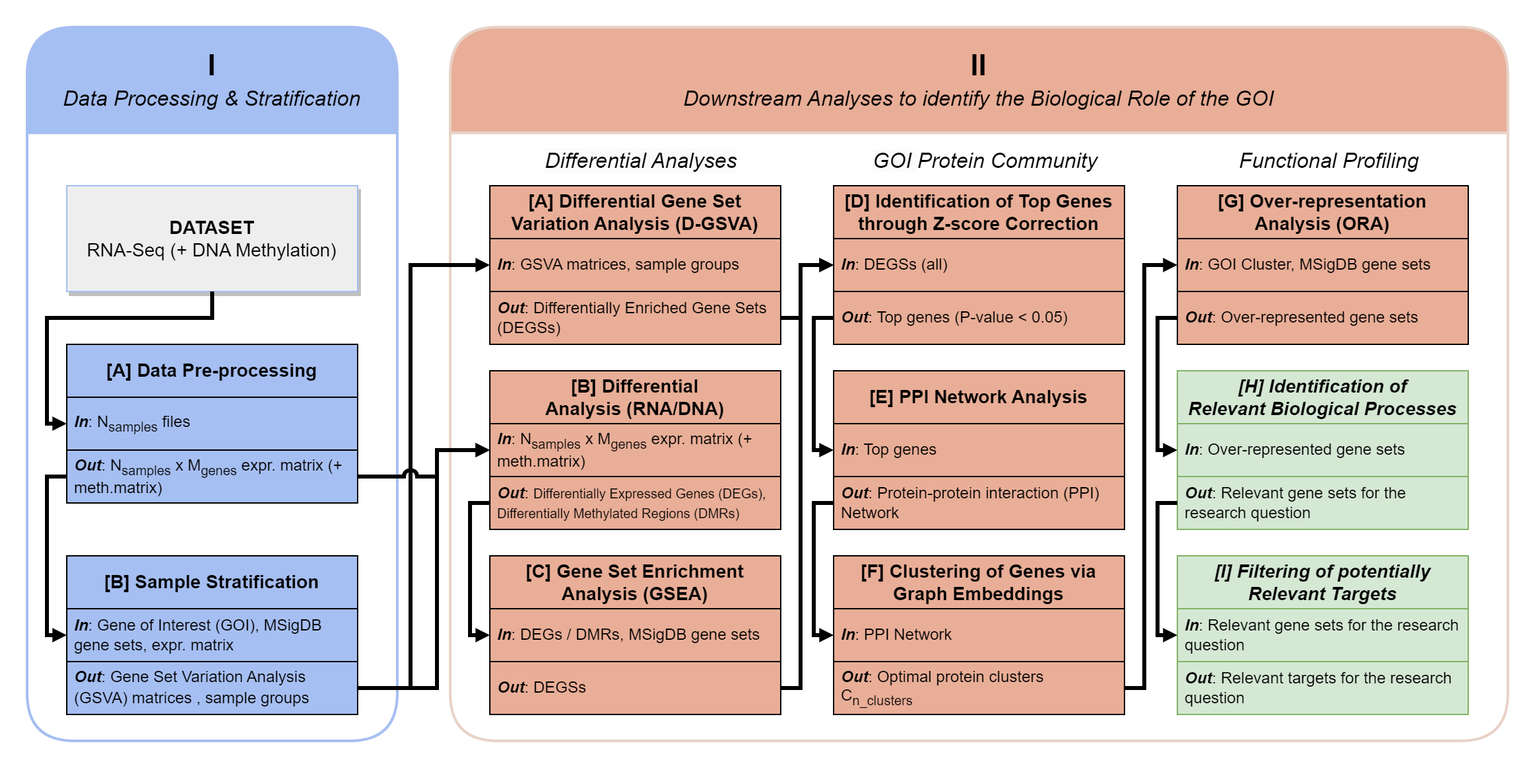
Above: docs/1_workflow.png in CarlosUziel/goi-strat (draw.io), before the change. Source tidied: cells renumbered, new cells last; positions are measured from the earlier drawing's top-left corner, leaving out a move shared by most shapes.
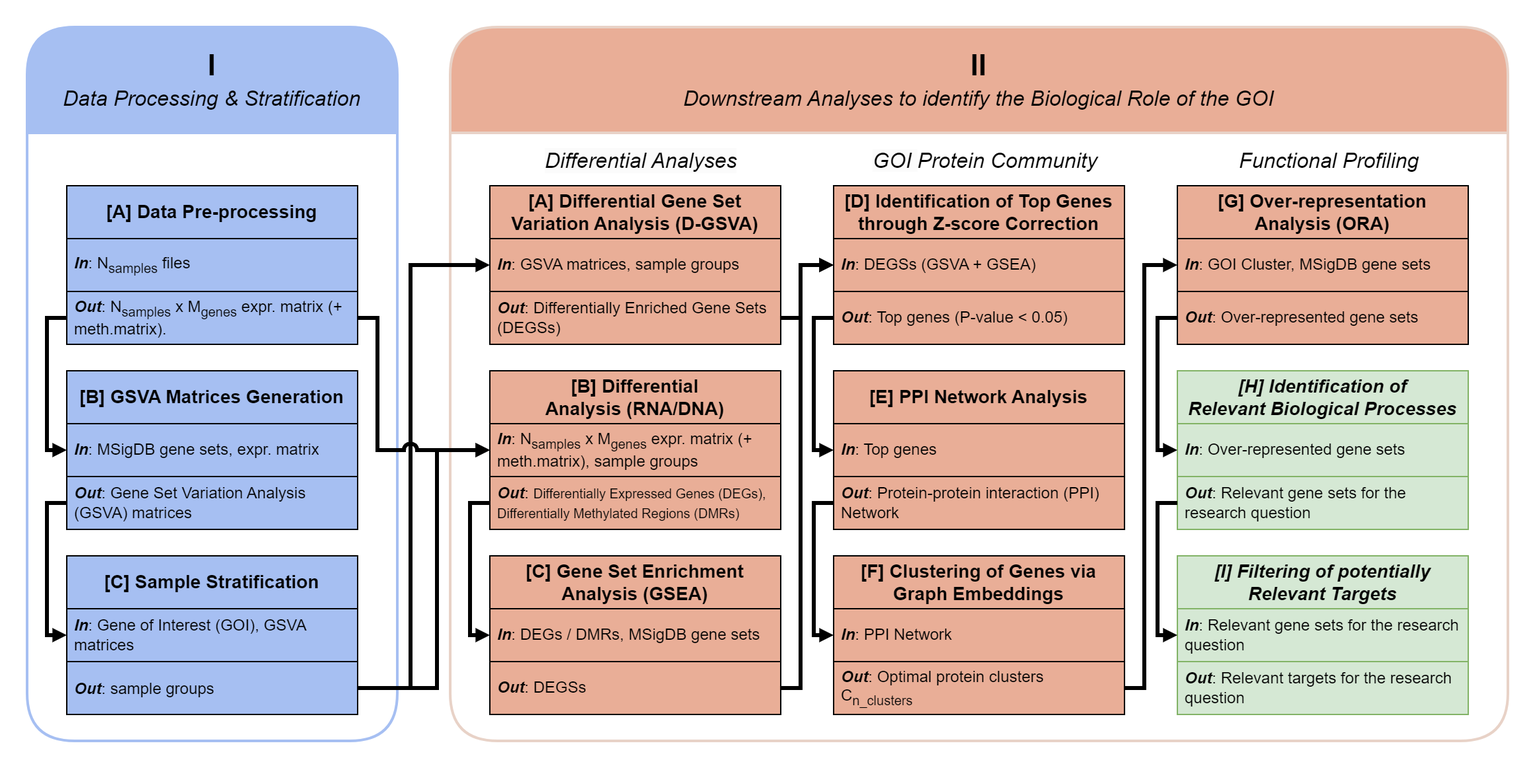
Later version of the same file.

Commit message:
Update workflow diagram.

Change to the diagram source:
```diff
@@ -13,49 +13,29 @@
     <mxCell id="4" value="&lt;div style=&quot;font-size: 22px;&quot;&gt;&lt;font style=&quot;font-size: 22px;&quot;&gt;I&lt;/font&gt;&lt;/div&gt;&lt;div style=&quot;font-size: 1px;&quot;&gt;&lt;br&gt;&lt;/div&gt;&lt;div style=&quot;font-size: 16px;&quot;&gt;&lt;i&gt;&lt;span style=&quot;font-weight: normal;&quot;&gt;Data Processing&amp;nbsp;&lt;/span&gt;&lt;/i&gt;&lt;i style=&quot;background-color: initial;&quot;&gt;&lt;span style=&quot;font-weight: normal;&quot;&gt;&amp;amp; Stratification&lt;/span&gt;&lt;/i&gt;&lt;/div&gt;" style="swimlane;whiteSpace=wrap;html=1;startSize=80;rounded=1;fillStyle=solid;strokeWidth=2;fillColor=#a6bff2;strokeColor=#A6BFF2;" parent="1" vertex="1">
       <mxGeometry x="20" y="20" width="280" height="540" as="geometry" />
     </mxCell>
-    <mxCell id="5" value="&lt;div style=&quot;font-size: 14px;&quot;&gt;&lt;b&gt;DATASET&lt;/b&gt;&lt;/div&gt;&lt;div style=&quot;font-size: 14px;&quot;&gt;RNA-Seq (+ DNA Methylation)&lt;/div&gt;" style="rounded=0;whiteSpace=wrap;html=1;strokeWidth=1;fillColor=#EEEEEE;strokeColor=#A6BFF2;shadow=1;fontStyle=0;fontSize=14;" parent="4" vertex="1">
-      <mxGeometry x="30" y="120" width="220" height="80" as="geometry" />
-    </mxCell>
     <mxCell id="6" style="edgeStyle=orthogonalEdgeStyle;html=1;strokeWidth=2;endArrow=block;endFill=1;" parent="4" edge="1">
       <mxGeometry relative="1" as="geometry">
         <mxPoint x="120" y="440" as="targetPoint" />
       </mxGeometry>
     </mxCell>
-    <mxCell id="7" value="&lt;div style=&quot;border-color: var(--border-color); font-size: 14px;&quot;&gt;&lt;div style=&quot;border-color: var(--border-color);&quot;&gt;&lt;b style=&quot;border-color: var(--border-color);&quot;&gt;[B] Sample Stratification&lt;/b&gt;&lt;/div&gt;&lt;/div&gt;" style="swimlane;fontStyle=0;horizontal=1;startSize=40;whiteSpace=wrap;html=1;fontSize=12;strokeColor=#000000;fillColor=#a6bff2;" parent="4" vertex="1">
+    <mxCell id="7" value="&lt;div style=&quot;border-color: var(--border-color); font-size: 14px;&quot;&gt;&lt;div style=&quot;border-color: var(--border-color);&quot;&gt;&lt;b style=&quot;border-color: var(--border-color);&quot;&gt;[C] Sample Stratification&lt;/b&gt;&lt;/div&gt;&lt;/div&gt;" style="swimlane;fontStyle=0;horizontal=1;startSize=40;whiteSpace=wrap;html=1;fontSize=12;strokeColor=#000000;fillColor=#a6bff2;" parent="4" vertex="1">
       <mxGeometry x="30" y="400" width="220" height="120" as="geometry" />
     </mxCell>
-    <mxCell id="8" value="&lt;div style=&quot;border-color: var(--border-color);&quot;&gt;&lt;font style=&quot;border-color: var(--border-color);&quot;&gt;&lt;i style=&quot;border-color: var(--border-color);&quot;&gt;&lt;b&gt;In&lt;/b&gt;&lt;/i&gt;: Gene of Interest (GOI), MSigDB gene sets,&amp;nbsp;&lt;span style=&quot;border-color: var(--border-color); background-color: initial;&quot;&gt;expr. matrix&lt;/span&gt;&lt;/font&gt;&lt;/div&gt;" style="text;strokeColor=default;fillColor=#A6BFF2;align=left;verticalAlign=middle;spacingLeft=4;spacingRight=4;overflow=hidden;points=[[0,0.5],[1,0.5]];portConstraint=eastwest;whiteSpace=wrap;html=1;fontSize=12;gradientColor=none;" parent="7" vertex="1">
+    <mxCell id="8" value="&lt;div style=&quot;border-color: var(--border-color);&quot;&gt;&lt;font style=&quot;border-color: var(--border-color);&quot;&gt;&lt;i style=&quot;border-color: var(--border-color);&quot;&gt;&lt;b&gt;In&lt;/b&gt;&lt;/i&gt;: Gene of Interest (GOI), GSVA matrices&lt;/font&gt;&lt;/div&gt;" style="text;strokeColor=default;fillColor=#A6BFF2;align=left;verticalAlign=middle;spacingLeft=4;spacingRight=4;overflow=hidden;points=[[0,0.5],[1,0.5]];portConstraint=eastwest;whiteSpace=wrap;html=1;fontSize=12;gradientColor=none;" parent="7" vertex="1">
       <mxGeometry y="40" width="220" height="40" as="geometry" />
     </mxCell>
-    <mxCell id="9" value="&lt;font style=&quot;border-color: var(--border-color);&quot;&gt;&lt;i style=&quot;border-color: var(--border-color);&quot;&gt;&lt;b&gt;Out&lt;/b&gt;&lt;/i&gt;: Gene Set Variation Analysis (GSVA) matrices , sample groups&lt;/font&gt;&lt;span style=&quot;border-color: var(--border-color); font-size: 14px;&quot;&gt;&amp;nbsp;&lt;/span&gt;" style="text;strokeColor=default;fillColor=#a6bff2;align=left;verticalAlign=middle;spacingLeft=4;spacingRight=4;overflow=hidden;points=[[0,0.5],[1,0.5]];portConstraint=eastwest;whiteSpace=wrap;html=1;fontSize=12;" parent="7" vertex="1">
+    <mxCell id="9" value="&lt;font style=&quot;border-color: var(--border-color);&quot;&gt;&lt;i style=&quot;border-color: var(--border-color);&quot;&gt;&lt;b&gt;Out&lt;/b&gt;&lt;/i&gt;: sample groups&lt;/font&gt;&lt;span style=&quot;border-color: var(--border-color); font-size: 14px;&quot;&gt;&amp;nbsp;&lt;/span&gt;" style="text;strokeColor=default;fillColor=#a6bff2;align=left;verticalAlign=middle;spacingLeft=4;spacingRight=4;overflow=hidden;points=[[0,0.5],[1,0.5]];portConstraint=eastwest;whiteSpace=wrap;html=1;fontSize=12;" parent="7" vertex="1">
       <mxGeometry y="80" width="220" height="40" as="geometry" />
     </mxCell>
     <mxCell id="10" value="&lt;div style=&quot;border-color: var(--border-color); font-size: 14px;&quot;&gt;&lt;b style=&quot;border-color: var(--border-color);&quot;&gt;[A] Data Pre-processing&lt;/b&gt;&lt;/div&gt;" style="swimlane;fontStyle=0;horizontal=1;startSize=40;whiteSpace=wrap;html=1;fontSize=12;strokeColor=#000000;fillColor=#a6bff2;" parent="4" vertex="1">
-      <mxGeometry x="30" y="240" width="220" height="120" as="geometry" />
+      <mxGeometry x="30" y="120" width="220" height="120" as="geometry" />
     </mxCell>
     <mxCell id="11" value="&lt;i&gt;&lt;b&gt;In&lt;/b&gt;&lt;/i&gt;: N&lt;sub style=&quot;border-color: var(--border-color);&quot;&gt;samples&lt;/sub&gt;&amp;nbsp;files" style="text;strokeColor=default;fillColor=#A6BFF2;align=left;verticalAlign=middle;spacingLeft=4;spacingRight=4;overflow=hidden;points=[[0,0.5],[1,0.5]];portConstraint=eastwest;whiteSpace=wrap;html=1;fontSize=12;gradientColor=none;" parent="10" vertex="1">
       <mxGeometry y="40" width="220" height="40" as="geometry" />
     </mxCell>
-    <mxCell id="12" value="&lt;i style=&quot;border-color: var(--border-color);&quot;&gt;&lt;b&gt;Out&lt;/b&gt;&lt;/i&gt;: N&lt;sub style=&quot;border-color: var(--border-color);&quot;&gt;samples&lt;/sub&gt;&amp;nbsp;x M&lt;sub style=&quot;border-color: var(--border-color);&quot;&gt;genes&lt;/sub&gt;&amp;nbsp;expr. matrix (+ meth.matrix)" style="text;strokeColor=default;fillColor=#a6bff2;align=left;verticalAlign=middle;spacingLeft=4;spacingRight=4;overflow=hidden;points=[[0,0.5],[1,0.5]];portConstraint=eastwest;whiteSpace=wrap;html=1;fontSize=12;" parent="10" vertex="1">
+    <mxCell id="12" value="&lt;i style=&quot;border-color: var(--border-color);&quot;&gt;&lt;b&gt;Out&lt;/b&gt;&lt;/i&gt;: N&lt;sub style=&quot;border-color: var(--border-color);&quot;&gt;samples&lt;/sub&gt;&amp;nbsp;x M&lt;sub style=&quot;border-color: var(--border-color);&quot;&gt;genes&lt;/sub&gt;&amp;nbsp;expr. matrix (+ meth.matrix)." style="text;strokeColor=default;fillColor=#a6bff2;align=left;verticalAlign=middle;spacingLeft=4;spacingRight=4;overflow=hidden;points=[[0,0.5],[1,0.5]];portConstraint=eastwest;whiteSpace=wrap;html=1;fontSize=12;" parent="10" vertex="1">
       <mxGeometry y="80" width="220" height="40" as="geometry" />
     </mxCell>
-    <mxCell id="13" style="edgeStyle=orthogonalEdgeStyle;html=1;strokeWidth=3;endArrow=block;endFill=1;entryX=0;entryY=0.5;entryDx=0;entryDy=0;exitX=0;exitY=0.5;exitDx=0;exitDy=0;rounded=0;endSize=3;startSize=3;" parent="4" edge="1" source="12" target="8">
-      <mxGeometry relative="1" as="geometry">
-        <Array as="points">
-          <mxPoint x="15" y="340" />
-          <mxPoint x="15" y="460" />
-        </Array>
-      </mxGeometry>
-    </mxCell>
-    <mxCell id="14" style="edgeStyle=orthogonalEdgeStyle;html=1;strokeWidth=3;endArrow=block;endFill=1;entryX=0;entryY=0.5;entryDx=0;entryDy=0;rounded=0;endSize=3;startSize=3;exitX=0.5;exitY=1;exitDx=0;exitDy=0;" parent="4" edge="1" source="5" target="11">
-      <mxGeometry relative="1" as="geometry">
-        <Array as="points">
-          <mxPoint x="140" y="220" />
-          <mxPoint x="15" y="220" />
-          <mxPoint x="15" y="300" />
-        </Array>
-      </mxGeometry>
-    </mxCell>
     <mxCell id="15" value="&lt;div style=&quot;font-size: 22px;&quot;&gt;&lt;font style=&quot;font-size: 22px;&quot;&gt;II&lt;/font&gt;&lt;/div&gt;&lt;div style=&quot;font-size: 1px;&quot;&gt;&lt;font style=&quot;font-size: 1px;&quot;&gt;&lt;br&gt;&lt;/font&gt;&lt;/div&gt;&lt;div style=&quot;font-size: 16px;&quot;&gt;&lt;span style=&quot;font-weight: 400;&quot;&gt;&lt;i&gt;Downstream Analyses to identify the Biological Role of the GOI&lt;/i&gt;&lt;/span&gt;&lt;/div&gt;" style="swimlane;whiteSpace=wrap;html=1;startSize=80;rounded=1;strokeWidth=2;fillColor=#e9ae97;strokeColor=#E8D2C7;align=center;" parent="1" vertex="1">
       <mxGeometry x="340" y="20" width="800" height="540" as="geometry" />
     </mxCell>
@@ -112,7 +92,7 @@
     <mxCell id="26" value="&lt;div style=&quot;border-color: var(--border-color); font-size: 14px;&quot;&gt;&lt;div style=&quot;border-color: var(--border-color); font-size: 12px;&quot;&gt;&lt;div style=&quot;border-color: var(--border-color); font-size: 14px;&quot;&gt;&lt;b style=&quot;border-color: var(--border-color);&quot;&gt;[B] Differential Analysis&amp;nbsp;&lt;span style=&quot;border-color: var(--border-color); background-color: initial;&quot;&gt;(RNA/DNA)&lt;/span&gt;&lt;/b&gt;&lt;/div&gt;&lt;/div&gt;&lt;/div&gt;" style="swimlane;fontStyle=0;horizontal=1;startSize=40;whiteSpace=wrap;html=1;fontSize=12;strokeColor=#000000;fillColor=#E9AE97;align=center;" parent="15" vertex="1">
       <mxGeometry x="30" y="260" width="220" height="120" as="geometry" />
     </mxCell>
-    <mxCell id="27" value="&lt;i&gt;&lt;b&gt;In&lt;/b&gt;&lt;/i&gt;:&amp;nbsp;&lt;span style=&quot;border-color: var(--border-color); background-color: initial;&quot;&gt;N&lt;/span&gt;&lt;sub style=&quot;border-color: var(--border-color); background-color: initial;&quot;&gt;samples&lt;/sub&gt;&lt;span style=&quot;border-color: var(--border-color); background-color: initial;&quot;&gt;&amp;nbsp;x M&lt;/span&gt;&lt;sub style=&quot;border-color: var(--border-color); background-color: initial;&quot;&gt;genes&lt;/sub&gt;&lt;span style=&quot;border-color: var(--border-color); background-color: initial;&quot;&gt;&amp;nbsp;expr. matrix (+ meth.matrix)&lt;/span&gt;" style="text;strokeColor=default;fillColor=#E9AE97;align=left;verticalAlign=middle;spacingLeft=4;spacingRight=4;overflow=hidden;points=[[0,0.5],[1,0.5]];portConstraint=eastwest;whiteSpace=wrap;html=1;fontSize=12;gradientColor=none;" parent="26" vertex="1">
+    <mxCell id="27" value="&lt;i&gt;&lt;b&gt;In&lt;/b&gt;&lt;/i&gt;:&amp;nbsp;&lt;span style=&quot;border-color: var(--border-color); background-color: initial;&quot;&gt;N&lt;/span&gt;&lt;sub style=&quot;border-color: var(--border-color); background-color: initial;&quot;&gt;samples&lt;/sub&gt;&lt;span style=&quot;border-color: var(--border-color); background-color: initial;&quot;&gt;&amp;nbsp;x M&lt;/span&gt;&lt;sub style=&quot;border-color: var(--border-color); background-color: initial;&quot;&gt;genes&lt;/sub&gt;&lt;span style=&quot;border-color: var(--border-color); background-color: initial;&quot;&gt;&amp;nbsp;expr. matrix (+ meth.matrix), sample groups&lt;/span&gt;" style="text;strokeColor=default;fillColor=#E9AE97;align=left;verticalAlign=middle;spacingLeft=4;spacingRight=4;overflow=hidden;points=[[0,0.5],[1,0.5]];portConstraint=eastwest;whiteSpace=wrap;html=1;fontSize=12;gradientColor=none;" parent="26" vertex="1">
       <mxGeometry y="40" width="220" height="40" as="geometry" />
     </mxCell>
     <mxCell id="28" value="&lt;i style=&quot;border-color: var(--border-color);&quot;&gt;&lt;b&gt;Out&lt;/b&gt;&lt;/i&gt;: &lt;font style=&quot;font-size: 10px;&quot;&gt;Differentially Expressed Genes (DEGs), Differentially Methylated Regions (DMRs)&lt;/font&gt;" style="text;strokeColor=default;fillColor=#E9AE97;align=left;verticalAlign=middle;spacingLeft=4;spacingRight=4;overflow=hidden;points=[[0,0.5],[1,0.5]];portConstraint=eastwest;whiteSpace=wrap;html=1;fontSize=12;" parent="26" vertex="1">
@@ -130,7 +110,7 @@
     <mxCell id="32" value="&lt;div style=&quot;border-color: var(--border-color); font-size: 14px;&quot;&gt;&lt;div style=&quot;border-color: var(--border-color); font-size: 12px;&quot;&gt;&lt;div style=&quot;border-color: var(--border-color); font-size: 14px;&quot;&gt;&lt;b&gt;[D] Identification of Top Genes&lt;br style=&quot;border-color: var(--border-color);&quot;&gt;through Z-score Correction&lt;/b&gt;&lt;br&gt;&lt;/div&gt;&lt;/div&gt;&lt;/div&gt;" style="swimlane;fontStyle=0;horizontal=1;startSize=40;whiteSpace=wrap;html=1;fontSize=12;strokeColor=#000000;fillColor=#E9AE97;" parent="15" vertex="1">
       <mxGeometry x="290" y="120" width="220" height="120" as="geometry" />
     </mxCell>
-    <mxCell id="33" value="&lt;i&gt;&lt;b&gt;In&lt;/b&gt;&lt;/i&gt;: DEGSs (all)" style="text;strokeColor=default;fillColor=#E9AE97;align=left;verticalAlign=middle;spacingLeft=4;spacingRight=4;overflow=hidden;points=[[0,0.5],[1,0.5]];portConstraint=eastwest;whiteSpace=wrap;html=1;fontSize=12;gradientColor=none;" parent="32" vertex="1">
+    <mxCell id="33" value="&lt;i&gt;&lt;b&gt;In&lt;/b&gt;&lt;/i&gt;: DEGSs (GSVA + GSEA)" style="text;strokeColor=default;fillColor=#E9AE97;align=left;verticalAlign=middle;spacingLeft=4;spacingRight=4;overflow=hidden;points=[[0,0.5],[1,0.5]];portConstraint=eastwest;whiteSpace=wrap;html=1;fontSize=12;gradientColor=none;" parent="32" vertex="1">
       <mxGeometry y="40" width="220" height="40" as="geometry" />
     </mxCell>
     <mxCell id="34" value="&lt;i style=&quot;border-color: var(--border-color);&quot;&gt;&lt;b&gt;Out&lt;/b&gt;&lt;/i&gt;: Top genes (P-value &amp;lt; 0.05)" style="text;strokeColor=default;fillColor=#E9AE97;align=left;verticalAlign=middle;spacingLeft=4;spacingRight=4;overflow=hidden;whiteSpace=wrap;html=1;fontSize=12;" parent="32" vertex="1">
@@ -237,14 +217,40 @@
         </Array>
       </mxGeometry>
     </mxCell>
-    <mxCell id="56" style="edgeStyle=none;html=1;exitX=1;exitY=0.5;exitDx=0;exitDy=0;rounded=0;strokeWidth=3;strokeColor=default;jumpStyle=arc;endSize=3;startSize=3;endArrow=block;endFill=1;entryX=0;entryY=0.5;entryDx=0;entryDy=0;" parent="1" edge="1" source="12" target="26">
+    <mxCell id="56" style="edgeStyle=none;html=1;rounded=0;strokeWidth=3;strokeColor=default;jumpStyle=arc;endSize=3;startSize=3;endArrow=block;endFill=1;entryX=0;entryY=0.5;entryDx=0;entryDy=0;exitX=1;exitY=0.5;exitDx=0;exitDy=0;" parent="1" edge="1" source="12" target="26">
       <mxGeometry relative="1" as="geometry">
         <Array as="points">
-          <mxPoint x="300" y="360" />
-          <mxPoint x="330" y="360" />
+          <mxPoint x="285" y="240" />
+          <mxPoint x="285" y="340" />
+          <mxPoint x="300" y="340" />
           <mxPoint x="330" y="340" />
         </Array>
       </mxGeometry>
     </mxCell>
+    <mxCell id="57" value="&lt;div style=&quot;border-color: var(--border-color); font-size: 14px;&quot;&gt;&lt;div style=&quot;border-color: var(--border-color);&quot;&gt;&lt;b style=&quot;border-color: var(--border-color);&quot;&gt;[B] GSVA Matrices Generation&lt;/b&gt;&lt;/div&gt;&lt;/div&gt;" style="swimlane;fontStyle=0;horizontal=1;startSize=40;whiteSpace=wrap;html=1;fontSize=12;strokeColor=#000000;fillColor=#a6bff2;" parent="1" vertex="1">
+      <mxGeometry x="50" y="280" width="220" height="120" as="geometry" />
+    </mxCell>
+    <mxCell id="58" value="&lt;div style=&quot;border-color: var(--border-color);&quot;&gt;&lt;font style=&quot;border-color: var(--border-color);&quot;&gt;&lt;i style=&quot;border-color: var(--border-color);&quot;&gt;&lt;b&gt;In&lt;/b&gt;&lt;/i&gt;: MSigDB gene sets,&amp;nbsp;&lt;span style=&quot;border-color: var(--border-color); background-color: initial;&quot;&gt;expr. matrix&lt;/span&gt;&lt;/font&gt;&lt;/div&gt;" style="text;strokeColor=default;fillColor=#A6BFF2;align=left;verticalAlign=middle;spacingLeft=4;spacingRight=4;overflow=hidden;points=[[0,0.5],[1,0.5]];portConstraint=eastwest;whiteSpace=wrap;html=1;fontSize=12;gradientColor=none;" parent="57" vertex="1">
+      <mxGeometry y="40" width="220" height="40" as="geometry" />
+    </mxCell>
+    <mxCell id="59" value="&lt;font style=&quot;border-color: var(--border-color);&quot;&gt;&lt;i style=&quot;border-color: var(--border-color);&quot;&gt;&lt;b&gt;Out&lt;/b&gt;&lt;/i&gt;: Gene Set Variation Analysis (GSVA) matrices&lt;/font&gt;" style="text;strokeColor=default;fillColor=#a6bff2;align=left;verticalAlign=middle;spacingLeft=4;spacingRight=4;overflow=hidden;points=[[0,0.5],[1,0.5]];portConstraint=eastwest;whiteSpace=wrap;html=1;fontSize=12;" parent="57" vertex="1">
+      <mxGeometry y="80" width="220" height="40" as="geometry" />
+    </mxCell>
+    <mxCell id="60" style="edgeStyle=none;html=1;exitX=0;exitY=0.5;exitDx=0;exitDy=0;rounded=0;strokeWidth=3;strokeColor=default;jumpStyle=arc;endSize=3;startSize=3;endArrow=block;endFill=1;entryX=0;entryY=0.5;entryDx=0;entryDy=0;" parent="1" edge="1" source="12" target="58">
+      <mxGeometry relative="1" as="geometry">
+        <Array as="points">
+          <mxPoint x="35" y="240" />
+          <mxPoint x="35" y="340" />
+        </Array>
+      </mxGeometry>
+    </mxCell>
+    <mxCell id="61" style="edgeStyle=none;html=1;exitX=0;exitY=0.5;exitDx=0;exitDy=0;rounded=0;strokeWidth=3;strokeColor=default;jumpStyle=arc;endSize=3;startSize=3;endArrow=block;endFill=1;entryX=0;entryY=0.5;entryDx=0;entryDy=0;" parent="1" edge="1" source="59" target="8">
+      <mxGeometry relative="1" as="geometry">
+        <Array as="points">
+          <mxPoint x="35" y="380" />
+          <mxPoint x="35" y="480" />
+        </Array>
+      </mxGeometry>
+    </mxCell>
   </root>
 </mxGraphModel>
```
